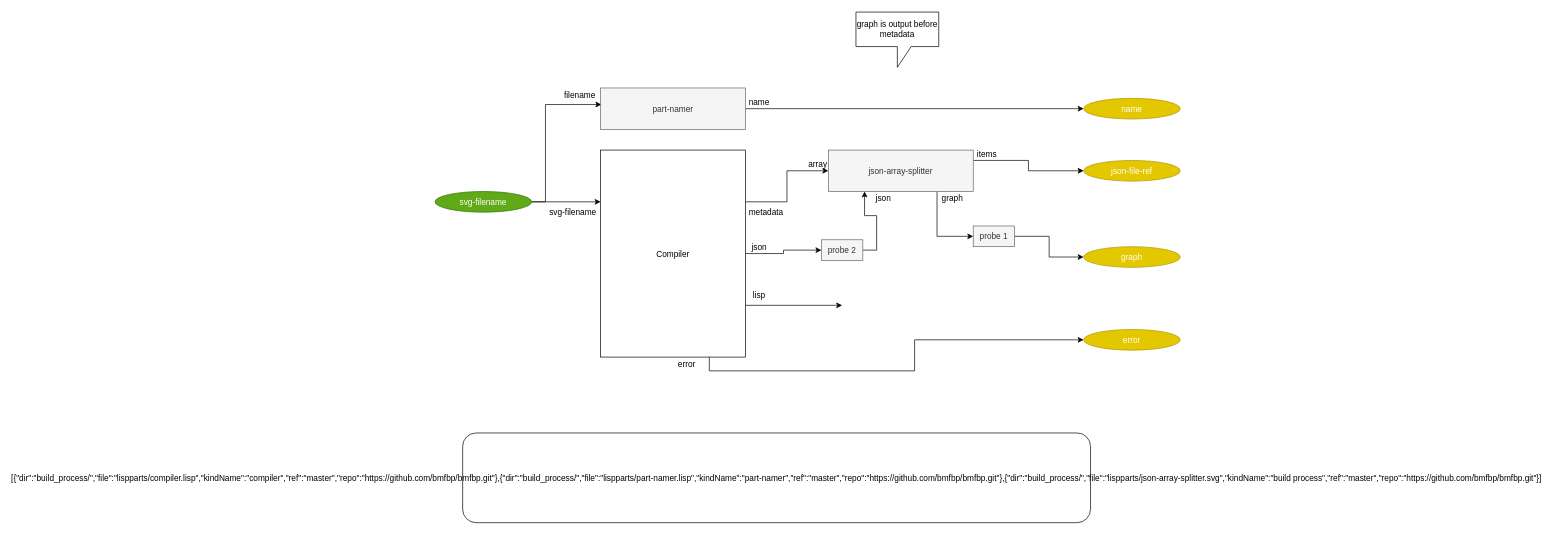
This is page "3. compile-single-diagram" (4 of 5) of build_process/cl-build/build.drawio from bmfbp/bmfbp, a draw.io file, before an edit. Source tidied: cells renumbered, new cells numbered last; positions are measured from the earlier drawing's top-left corner, leaving out a move shared by most shapes. Both pictures are drawn from the tidied source at 69%, with x=0, y=0 at pixel (435, 12).
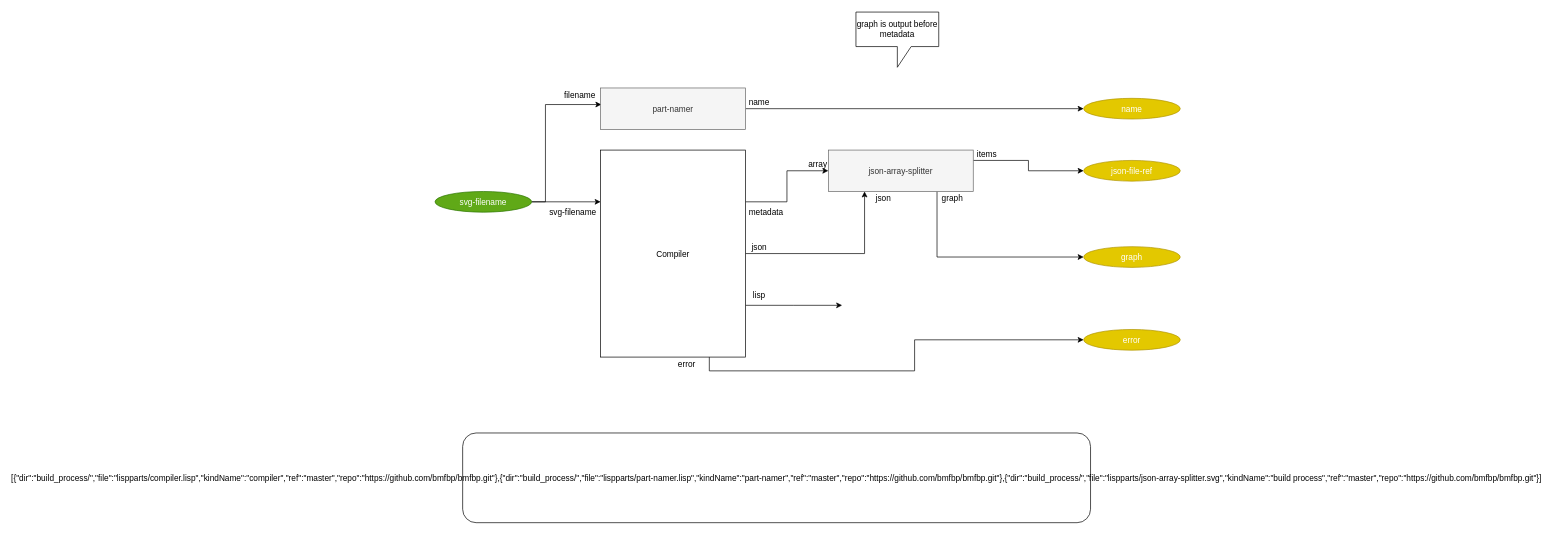
Above is the later version.

Unchanged cells that the change refers to:
```xml
<mxCell id="6" value="Compiler" style="rounded=0;" parent="1" vertex="1">
  <mxGeometry x="240" y="200" width="210" height="300" as="geometry" />
</mxCell>
<mxCell id="15" value="json-array-splitter" style="rounded=0;align=center;fillColor=#f5f5f5;strokeColor=#666666;fontColor=#333333;" parent="1" vertex="1">
  <mxGeometry x="570" y="200" width="210" height="60" as="geometry" />
</mxCell>
<mxCell id="17" value="graph" style="ellipse;fillColor=#e3c800;strokeColor=#B09500;fontColor=#ffffff;" parent="1" vertex="1">
  <mxGeometry x="940" y="340" width="140" height="30" as="geometry" />
</mxCell>
```

The edit, as a diff of the source:
```diff
@@
-    <mxCell id="5" style="edgeStyle=orthogonalEdgeStyle;rounded=0;jettySize=auto;html=1;exitX=1;exitY=0.5;exitDx=0;exitDy=0;entryX=0;entryY=0.5;entryDx=0;entryDy=0;" parent="1" edge="1" source="6" target="30">
+    <mxCell id="5" style="edgeStyle=orthogonalEdgeStyle;rounded=0;jettySize=auto;html=1;exitX=1;exitY=0.5;exitDx=0;exitDy=0;entryX=0.25;entryY=1;entryDx=0;entryDy=0;" parent="1" edge="1" source="6" target="15">
       <mxGeometry relative="1" as="geometry" />
     </mxCell>
@@
-    <mxCell id="14" style="edgeStyle=orthogonalEdgeStyle;rounded=0;jettySize=auto;html=1;exitX=0.75;exitY=1;exitDx=0;exitDy=0;entryX=0;entryY=0.5;entryDx=0;entryDy=0;" parent="1" edge="1" source="15" target="35">
+    <mxCell id="14" style="edgeStyle=orthogonalEdgeStyle;rounded=0;jettySize=auto;html=1;exitX=0.75;exitY=1;exitDx=0;exitDy=0;entryX=0;entryY=0.5;entryDx=0;entryDy=0;" parent="1" edge="1" source="15" target="17">
       <mxGeometry relative="1" as="geometry" />
     </mxCell>
@@
-    <mxCell id="29" style="edgeStyle=orthogonalEdgeStyle;rounded=0;jettySize=auto;html=1;exitX=1;exitY=0.5;exitDx=0;exitDy=0;entryX=0.25;entryY=1;entryDx=0;entryDy=0;" parent="1" edge="1" source="30" target="15">
-      <mxGeometry relative="1" as="geometry" />
-    </mxCell>
-    <mxCell id="30" value="probe 2" style="rounded=0;whiteSpace=wrap;html=1;fillColor=#f5f5f5;strokeColor=#666666;fontColor=#333333;" parent="1" vertex="1">
-      <mxGeometry x="560" y="330" width="60" height="30" as="geometry" />
-    </mxCell>
@@
-    <mxCell id="34" style="edgeStyle=orthogonalEdgeStyle;rounded=0;jettySize=auto;html=1;exitX=1;exitY=0.5;exitDx=0;exitDy=0;entryX=0;entryY=0.5;entryDx=0;entryDy=0;" parent="1" edge="1" source="35" target="17">
-      <mxGeometry relative="1" as="geometry" />
-    </mxCell>
-    <mxCell id="35" value="probe 1" style="rounded=0;whiteSpace=wrap;html=1;fillColor=#f5f5f5;strokeColor=#666666;fontColor=#333333;" parent="1" vertex="1">
-      <mxGeometry x="780" y="310" width="60" height="30" as="geometry" />
-    </mxCell>
```
